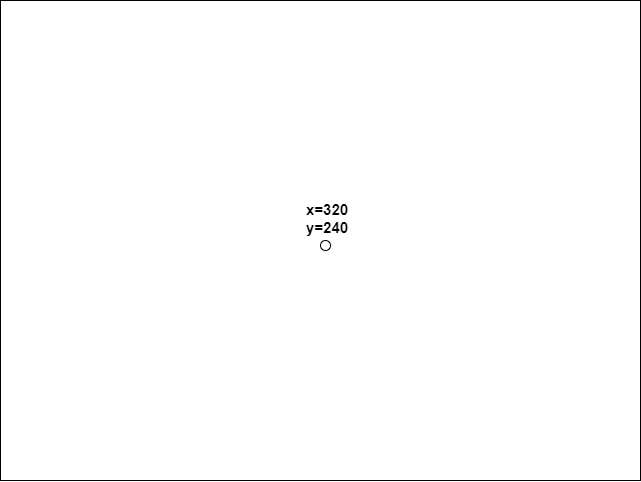
Before: Micro/Unnamed 1.png, a diagram exported from draw.io (RoboGradeIndustriesTeam/HomingTurret). Source tidied: cells renumbered, new cells last; positions are measured from the earlier drawing's top-left corner, leaving out a move shared by most shapes.
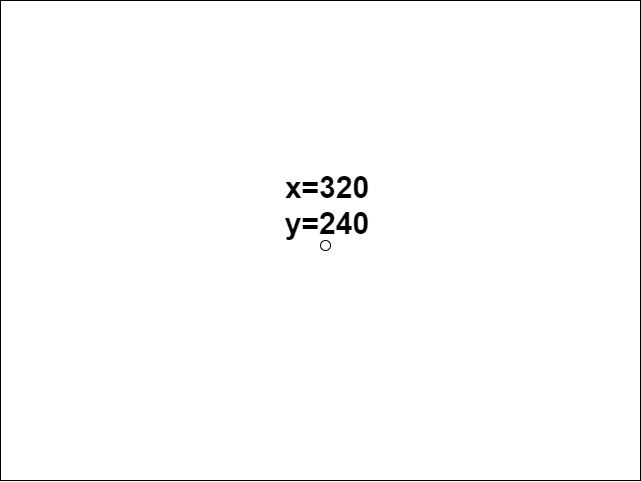
Above is the later version.

Change to the diagram source:
```diff
@@ -8,8 +8,8 @@
     <mxCell id="3" style="ellipse;whiteSpace=wrap;html=1;" parent="1" vertex="1">
       <mxGeometry x="320" y="240" width="10" height="10" as="geometry" />
     </mxCell>
-    <mxCell id="4" value="x=320&lt;br style=&quot;font-size: 15px;&quot;&gt;y=240" style="text;html=1;strokeColor=none;fillColor=none;align=center;verticalAlign=middle;whiteSpace=wrap;rounded=0;fontSize=15;fontStyle=1;" parent="1" vertex="1">
-      <mxGeometry x="307" y="208" width="40" height="20" as="geometry" />
+    <mxCell id="4" value="x=320&lt;br style=&quot;font-size: 30px;&quot;&gt;y=240" style="text;html=1;strokeColor=none;fillColor=none;align=center;verticalAlign=middle;whiteSpace=wrap;rounded=0;fontSize=30;fontStyle=1;" parent="1" vertex="1">
+      <mxGeometry x="307" y="194" width="40" height="22" as="geometry" />
     </mxCell>
   </root>
 </mxGraphModel>
```
